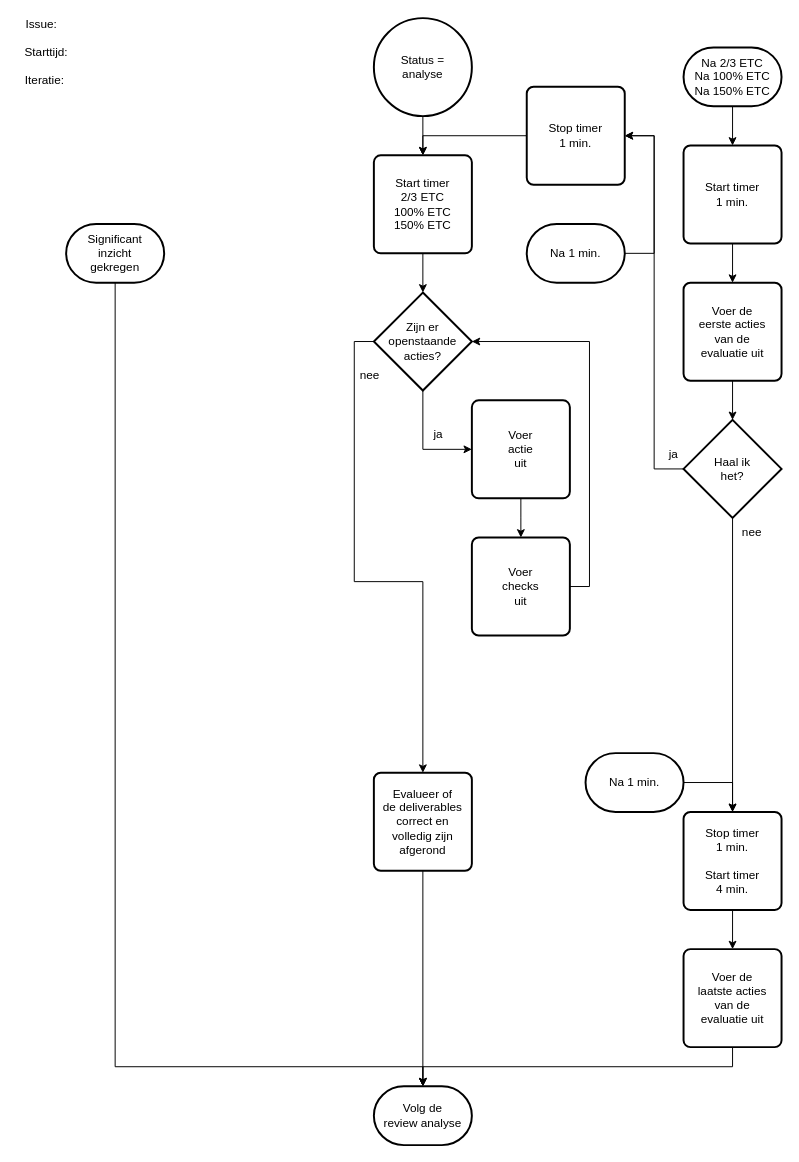
Earlier version of the draw.io diagram 3 Issue Tracker analyse.drawio (Zaibatsu89/IssueTracker). Source tidied: cells renumbered, new cells numbered last; positions are measured from the earlier drawing's top-left corner, leaving out a move shared by most shapes. Both pictures are drawn from the tidied source at 98%, with x=0, y=0 at pixel (17, 18).
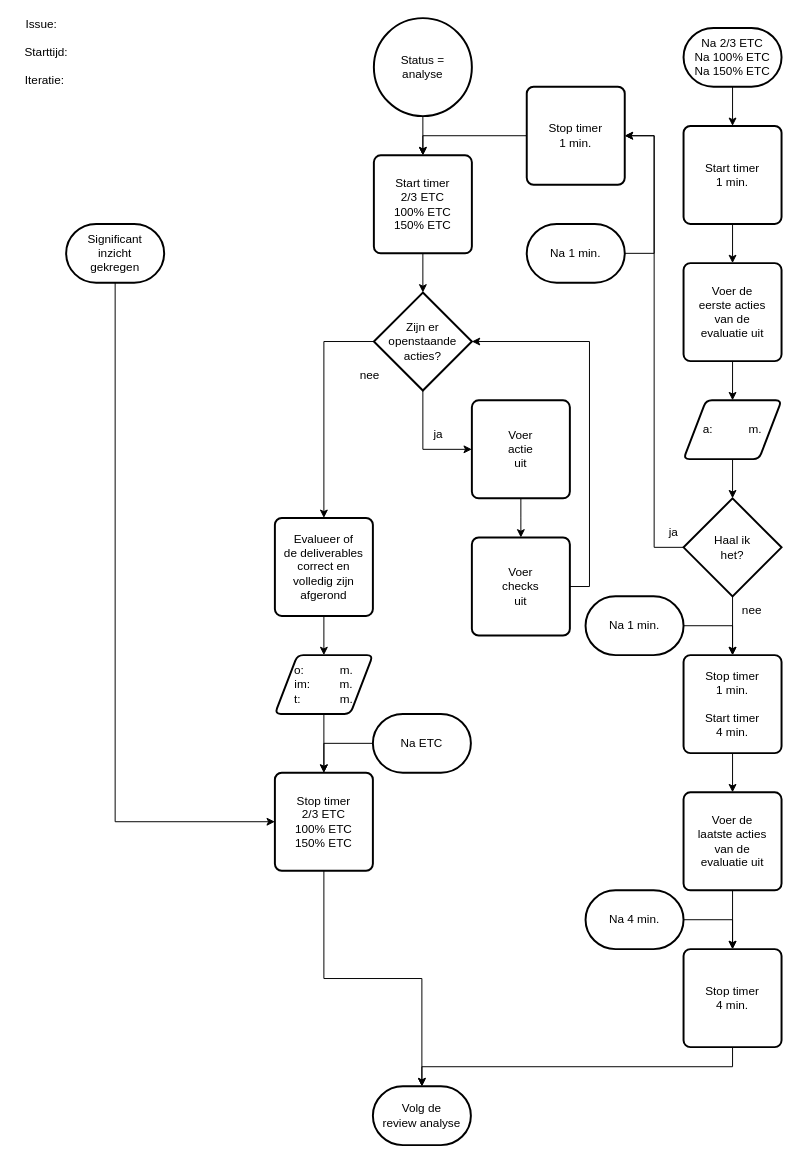
The same page after the edit.

Commit message (it also covers changes not shown here):
herstel stop timer bij 4 minuten evaluatie en 2/3, 100%, 150% ETC in intake, analyse, ontwerp, implementatie en test

The change refers to these unchanged cells:
```xml
<mxCell id="8" value="Significant&lt;br&gt;inzicht&lt;br&gt;gekregen" style="strokeWidth=2;html=1;shape=mxgraph.flowchart.terminator;whiteSpace=wrap;" parent="1" vertex="1">
  <mxGeometry x="50" y="210" width="100" height="60" as="geometry" />
</mxCell>
```

What changed in the source:
```diff
@@
-    <mxCell id="5" style="edgeStyle=orthogonalEdgeStyle;rounded=0;jettySize=auto;html=1;" parent="1" edge="1" source="6" target="7">
-      <mxGeometry relative="1" as="geometry" />
-    </mxCell>
+    <mxCell id="42" style="edgeStyle=orthogonalEdgeStyle;rounded=0;jettySize=auto;html=1;" parent="1" edge="1" source="6" target="51">
+      <mxGeometry relative="1" as="geometry" />
+    </mxCell>
     <mxCell id="6" value="Evalueer of&lt;br&gt;de deliverables&lt;br&gt;correct en&lt;br&gt;volledig zijn&lt;br&gt;afgerond" style="rounded=1;whiteSpace=wrap;html=1;absoluteArcSize=1;arcSize=14;strokeWidth=2;" parent="1" vertex="1">
-      <mxGeometry x="364" y="770" width="100" height="100" as="geometry" />
+      <mxGeometry x="263" y="510" width="100" height="100" as="geometry" />
     </mxCell>
     <mxCell id="7" value="Volg de&lt;br&gt;review analyse" style="strokeWidth=2;html=1;shape=mxgraph.flowchart.terminator;whiteSpace=wrap;" parent="1" vertex="1">
-      <mxGeometry x="364" y="1090" width="100" height="60" as="geometry" />
+      <mxGeometry x="363" y="1090" width="100" height="60" as="geometry" />
     </mxCell>
+    <mxCell id="43" style="edgeStyle=orthogonalEdgeStyle;rounded=0;jettySize=auto;html=1;exitX=0.5;exitY=1;exitDx=0;exitDy=0;exitPerimeter=0;entryX=0;entryY=0.5;entryDx=0;entryDy=0;" parent="1" edge="1" source="8" target="47">
+      <mxGeometry relative="1" as="geometry" />
+    </mxCell>
@@
     <mxCell id="10" value="Na 2/3 ETC&lt;br&gt;Na 100% ETC&lt;br&gt;Na 150% ETC" style="strokeWidth=2;html=1;shape=mxgraph.flowchart.terminator;whiteSpace=wrap;" parent="1" vertex="1">
-      <mxGeometry x="680" y="30" width="100" height="60" as="geometry" />
+      <mxGeometry x="680" y="10" width="100" height="60" as="geometry" />
     </mxCell>
@@
     <mxCell id="12" value="Start timer&lt;br&gt;1 min." style="rounded=1;whiteSpace=wrap;html=1;absoluteArcSize=1;arcSize=14;strokeWidth=2;" parent="1" vertex="1">
-      <mxGeometry x="680" y="130" width="100" height="100" as="geometry" />
+      <mxGeometry x="680" y="110" width="100" height="100" as="geometry" />
     </mxCell>
-    <mxCell id="13" style="edgeStyle=orthogonalEdgeStyle;rounded=0;jettySize=auto;html=1;" parent="1" edge="1" source="14" target="17">
-      <mxGeometry relative="1" as="geometry" />
-    </mxCell>
+    <mxCell id="44" style="edgeStyle=orthogonalEdgeStyle;rounded=0;jettySize=auto;html=1;" parent="1" edge="1" source="14" target="52">
+      <mxGeometry relative="1" as="geometry" />
+    </mxCell>
     <mxCell id="14" value="Voer de&lt;br&gt;eerste acties&lt;br&gt;van de&lt;br&gt;evaluatie uit" style="rounded=1;whiteSpace=wrap;html=1;absoluteArcSize=1;arcSize=14;strokeWidth=2;" parent="1" vertex="1">
-      <mxGeometry x="680" y="270" width="100" height="100" as="geometry" />
+      <mxGeometry x="680" y="250" width="100" height="100" as="geometry" />
     </mxCell>
@@
     <mxCell id="17" value="Haal ik&lt;br&gt;het?" style="strokeWidth=2;html=1;shape=mxgraph.flowchart.decision;whiteSpace=wrap;" parent="1" vertex="1">
-      <mxGeometry x="680" y="410" width="100" height="100" as="geometry" />
+      <mxGeometry x="680" y="490" width="100" height="100" as="geometry" />
     </mxCell>
@@
     <mxCell id="22" value="ja" style="text;html=1;whiteSpace=wrap;strokeColor=none;fillColor=none;align=center;verticalAlign=middle;rounded=0;" parent="1" vertex="1">
-      <mxGeometry x="640" y="430" width="60" height="30" as="geometry" />
+      <mxGeometry x="640" y="510" width="60" height="30" as="geometry" />
     </mxCell>
     <mxCell id="23" value="nee" style="text;html=1;whiteSpace=wrap;strokeColor=none;fillColor=none;align=center;verticalAlign=middle;rounded=0;" parent="1" vertex="1">
-      <mxGeometry x="720" y="510" width="60" height="30" as="geometry" />
+      <mxGeometry x="720" y="590" width="60" height="30" as="geometry" />
     </mxCell>
@@
     <mxCell id="25" value="Stop timer&lt;br&gt;1 min.&lt;br&gt;&lt;br&gt;Start timer&lt;br&gt;4 min." style="rounded=1;whiteSpace=wrap;html=1;absoluteArcSize=1;arcSize=14;strokeWidth=2;" parent="1" vertex="1">
-      <mxGeometry x="680" y="810" width="100" height="100" as="geometry" />
+      <mxGeometry x="680" y="650" width="100" height="100" as="geometry" />
     </mxCell>
@@
     <mxCell id="27" value="Na 1 min." style="strokeWidth=2;html=1;shape=mxgraph.flowchart.terminator;whiteSpace=wrap;" parent="1" vertex="1">
-      <mxGeometry x="580" y="750" width="100" height="60" as="geometry" />
+      <mxGeometry x="580" y="590" width="100" height="60" as="geometry" />
     </mxCell>
+    <mxCell id="45" style="edgeStyle=orthogonalEdgeStyle;rounded=0;jettySize=auto;html=1;exitX=0.5;exitY=1;exitDx=0;exitDy=0;entryX=0.5;entryY=0;entryDx=0;entryDy=0;" parent="1" edge="1" source="28" target="56">
+      <mxGeometry relative="1" as="geometry" />
+    </mxCell>
     <mxCell id="28" value="Voer de&lt;br&gt;laatste acties&lt;br&gt;van de&lt;br&gt;evaluatie uit" style="rounded=1;whiteSpace=wrap;html=1;absoluteArcSize=1;arcSize=14;strokeWidth=2;" parent="1" vertex="1">
-      <mxGeometry x="680" y="950" width="100" height="100" as="geometry" />
+      <mxGeometry x="680" y="790" width="100" height="100" as="geometry" />
     </mxCell>
-    <mxCell id="29" style="edgeStyle=orthogonalEdgeStyle;rounded=0;jettySize=auto;html=1;exitX=0.5;exitY=1;exitDx=0;exitDy=0;entryX=0.5;entryY=0;entryDx=0;entryDy=0;entryPerimeter=0;" parent="1" edge="1" source="28" target="7">
-      <mxGeometry relative="1" as="geometry" />
-    </mxCell>
-    <mxCell id="30" style="edgeStyle=orthogonalEdgeStyle;rounded=0;jettySize=auto;html=1;exitX=0.5;exitY=1;exitDx=0;exitDy=0;exitPerimeter=0;entryX=0.5;entryY=0;entryDx=0;entryDy=0;entryPerimeter=0;" parent="1" edge="1" source="8" target="7">
-      <mxGeometry relative="1" as="geometry">
-        <Array as="points">
-          <mxPoint x="100" y="1070" />
-          <mxPoint x="414" y="1070" />
-        </Array>
-      </mxGeometry>
-    </mxCell>
@@
+    <mxCell id="46" style="edgeStyle=orthogonalEdgeStyle;rounded=0;jettySize=auto;html=1;" parent="1" edge="1" source="47" target="7">
+      <mxGeometry relative="1" as="geometry" />
+    </mxCell>
+    <mxCell id="47" value="Stop timer&lt;br&gt;&lt;div&gt;2/3 ETC&lt;br&gt;100% ETC&lt;br&gt;150% ETC&lt;/div&gt;" style="rounded=1;whiteSpace=wrap;html=1;absoluteArcSize=1;arcSize=14;strokeWidth=2;" parent="1" vertex="1">
+      <mxGeometry x="263" y="770" width="100" height="100" as="geometry" />
+    </mxCell>
+    <mxCell id="48" style="edgeStyle=orthogonalEdgeStyle;rounded=0;jettySize=auto;html=1;exitX=0;exitY=0.5;exitDx=0;exitDy=0;exitPerimeter=0;entryX=0.5;entryY=0;entryDx=0;entryDy=0;" parent="1" edge="1" source="49" target="47">
+      <mxGeometry relative="1" as="geometry" />
+    </mxCell>
+    <mxCell id="49" value="Na ETC" style="strokeWidth=2;html=1;shape=mxgraph.flowchart.terminator;whiteSpace=wrap;" parent="1" vertex="1">
+      <mxGeometry x="363" y="710" width="100" height="60" as="geometry" />
+    </mxCell>
+    <mxCell id="50" style="edgeStyle=orthogonalEdgeStyle;rounded=0;jettySize=auto;html=1;" parent="1" edge="1" source="51" target="47">
+      <mxGeometry relative="1" as="geometry" />
+    </mxCell>
+    <mxCell id="51" value="o:&amp;nbsp; &amp;nbsp; &amp;nbsp; &amp;nbsp; &amp;nbsp; &amp;nbsp;m.&lt;br&gt;im:&amp;nbsp; &amp;nbsp; &amp;nbsp; &amp;nbsp; &amp;nbsp;m.&lt;br&gt;t:&amp;nbsp; &amp;nbsp; &amp;nbsp; &amp;nbsp; &amp;nbsp; &amp;nbsp; m." style="shape=parallelogram;html=1;strokeWidth=2;perimeter=parallelogramPerimeter;whiteSpace=wrap;rounded=1;arcSize=12;size=0.23;" parent="1" vertex="1">
+      <mxGeometry x="263" y="650" width="100" height="60" as="geometry" />
+    </mxCell>
+    <mxCell id="52" value="a:&amp;nbsp; &amp;nbsp; &amp;nbsp; &amp;nbsp; &amp;nbsp; &amp;nbsp;m." style="shape=parallelogram;html=1;strokeWidth=2;perimeter=parallelogramPerimeter;whiteSpace=wrap;rounded=1;arcSize=12;size=0.23;" parent="1" vertex="1">
+      <mxGeometry x="680" y="390" width="100" height="60" as="geometry" />
+    </mxCell>
+    <mxCell id="53" style="edgeStyle=orthogonalEdgeStyle;rounded=0;jettySize=auto;html=1;exitX=0.5;exitY=1;exitDx=0;exitDy=0;entryX=0.5;entryY=0;entryDx=0;entryDy=0;entryPerimeter=0;" parent="1" edge="1" source="52" target="17">
+      <mxGeometry relative="1" as="geometry" />
+    </mxCell>
+    <mxCell id="54" style="edgeStyle=orthogonalEdgeStyle;rounded=0;jettySize=auto;html=1;exitX=1;exitY=0.5;exitDx=0;exitDy=0;exitPerimeter=0;entryX=0.5;entryY=0;entryDx=0;entryDy=0;" parent="1" edge="1" source="55" target="56">
+      <mxGeometry relative="1" as="geometry" />
+    </mxCell>
+    <mxCell id="55" value="Na 4 min." style="strokeWidth=2;html=1;shape=mxgraph.flowchart.terminator;whiteSpace=wrap;" parent="1" vertex="1">
+      <mxGeometry x="580" y="890" width="100" height="60" as="geometry" />
+    </mxCell>
+    <mxCell id="56" value="Stop timer&lt;br&gt;4 min." style="rounded=1;whiteSpace=wrap;html=1;absoluteArcSize=1;arcSize=14;strokeWidth=2;" parent="1" vertex="1">
+      <mxGeometry x="680" y="950" width="100" height="100" as="geometry" />
+    </mxCell>
+    <mxCell id="57" style="edgeStyle=orthogonalEdgeStyle;rounded=0;jettySize=auto;html=1;exitX=0.5;exitY=1;exitDx=0;exitDy=0;entryX=0.5;entryY=0;entryDx=0;entryDy=0;entryPerimeter=0;" parent="1" edge="1" source="56" target="7">
+      <mxGeometry relative="1" as="geometry" />
+    </mxCell>
```
